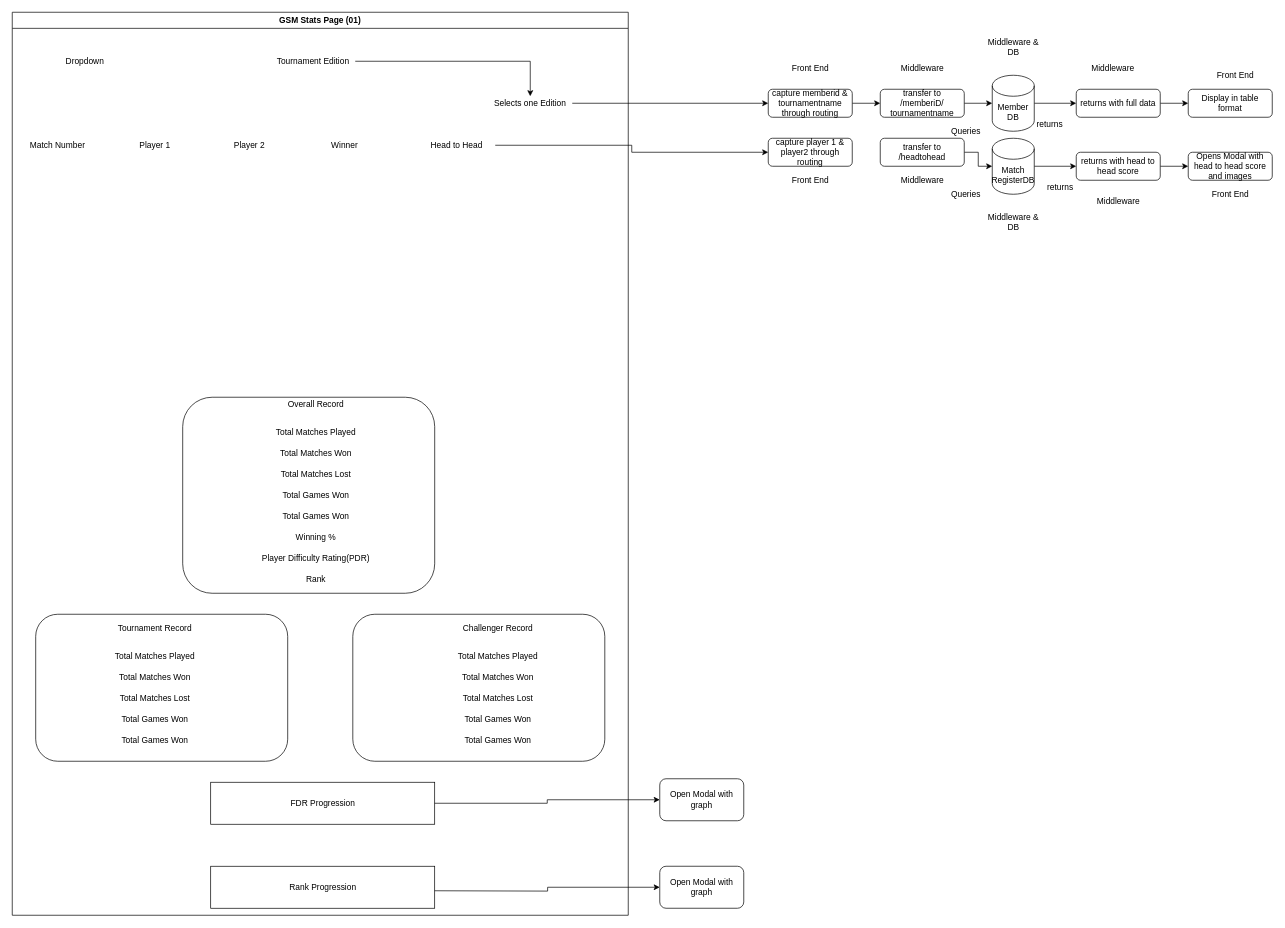
Before: page "Page-3" (3 of 3) of Untitled Diagram.drawio in snair0410/cv, a draw.io diagram. Source tidied: cells renumbered, new cells numbered last; positions are measured from the earlier drawing's top-left corner, leaving out a move shared by most shapes. Both pictures are drawn from the tidied source at 70%, with x=0, y=0 at pixel (12, 12).
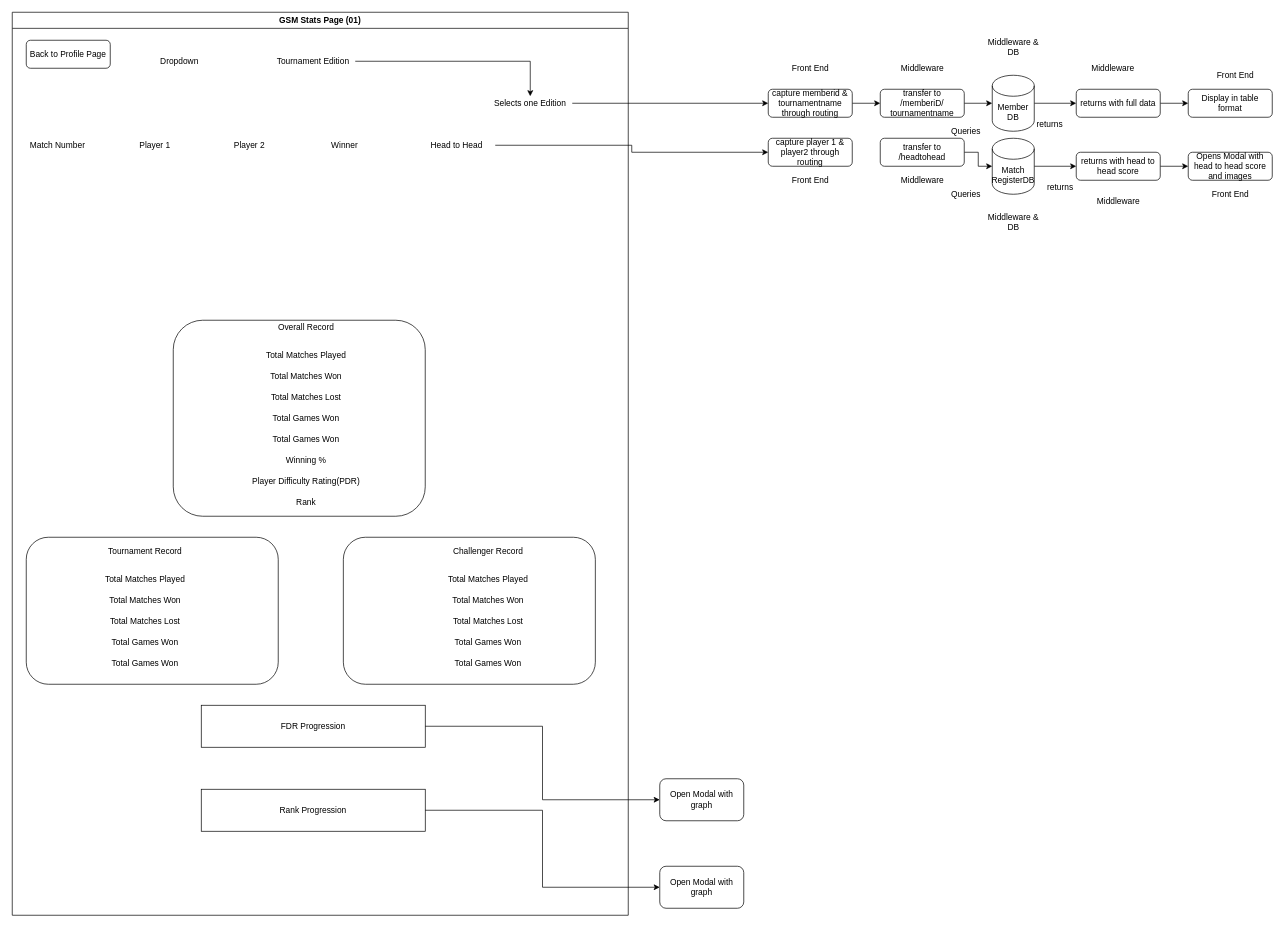
After the change.

The change refers to these unchanged cells:
```xml
<mxCell id="2" value="GSM Stats Page (01)" style="swimlane;" parent="1" vertex="1">
  <mxGeometry width="880" height="1290" as="geometry" />
</mxCell>
<mxCell id="40" value="Open Modal with graph" style="rounded=1;whiteSpace=wrap;html=1;" parent="1" vertex="1">
  <mxGeometry x="925" y="1220" width="120" height="60" as="geometry" />
</mxCell>
```

What changed in the source:
```diff
@@
     <mxCell id="3" style="rounded=1;whiteSpace=wrap;html=1;" parent="2" vertex="1">
-      <mxGeometry x="243.5" y="550" width="360" height="280" as="geometry" />
+      <mxGeometry x="230" y="440" width="360" height="280" as="geometry" />
     </mxCell>
     <mxCell id="4" value="Total Matches Played" style="text;html=1;strokeColor=none;fillColor=none;align=center;verticalAlign=middle;whiteSpace=wrap;rounded=0;" parent="2" vertex="1">
-      <mxGeometry x="353.5" y="590" width="160" height="20" as="geometry" />
+      <mxGeometry x="340" y="480" width="160" height="20" as="geometry" />
     </mxCell>
     <mxCell id="5" value="Total Matches Won" style="text;html=1;strokeColor=none;fillColor=none;align=center;verticalAlign=middle;whiteSpace=wrap;rounded=0;" parent="2" vertex="1">
-      <mxGeometry x="353.5" y="620" width="160" height="20" as="geometry" />
+      <mxGeometry x="340" y="510" width="160" height="20" as="geometry" />
     </mxCell>
     <mxCell id="6" value="Total Matches Lost" style="text;html=1;strokeColor=none;fillColor=none;align=center;verticalAlign=middle;whiteSpace=wrap;rounded=0;" parent="2" vertex="1">
-      <mxGeometry x="353.5" y="650" width="160" height="20" as="geometry" />
+      <mxGeometry x="340" y="540" width="160" height="20" as="geometry" />
     </mxCell>
     <mxCell id="7" value="Total Games Won" style="text;html=1;strokeColor=none;fillColor=none;align=center;verticalAlign=middle;whiteSpace=wrap;rounded=0;" parent="2" vertex="1">
-      <mxGeometry x="353.5" y="680" width="160" height="20" as="geometry" />
+      <mxGeometry x="340" y="570" width="160" height="20" as="geometry" />
     </mxCell>
     <mxCell id="8" value="Total Games Won" style="text;html=1;strokeColor=none;fillColor=none;align=center;verticalAlign=middle;whiteSpace=wrap;rounded=0;" parent="2" vertex="1">
-      <mxGeometry x="353.5" y="710" width="160" height="20" as="geometry" />
+      <mxGeometry x="340" y="600" width="160" height="20" as="geometry" />
     </mxCell>
     <mxCell id="9" value="Winning %" style="text;html=1;strokeColor=none;fillColor=none;align=center;verticalAlign=middle;whiteSpace=wrap;rounded=0;" parent="2" vertex="1">
-      <mxGeometry x="353.5" y="740" width="160" height="20" as="geometry" />
+      <mxGeometry x="340" y="630" width="160" height="20" as="geometry" />
     </mxCell>
     <mxCell id="10" value="Player Difficulty Rating(PDR)" style="text;html=1;strokeColor=none;fillColor=none;align=center;verticalAlign=middle;whiteSpace=wrap;rounded=0;" parent="2" vertex="1">
-      <mxGeometry x="353.5" y="770" width="160" height="20" as="geometry" />
+      <mxGeometry x="340" y="660" width="160" height="20" as="geometry" />
     </mxCell>
     <mxCell id="11" value="Rank" style="text;html=1;strokeColor=none;fillColor=none;align=center;verticalAlign=middle;whiteSpace=wrap;rounded=0;" parent="2" vertex="1">
-      <mxGeometry x="353.5" y="800" width="160" height="20" as="geometry" />
+      <mxGeometry x="340" y="690" width="160" height="20" as="geometry" />
     </mxCell>
     <mxCell id="12" value="Overall Record" style="text;html=1;strokeColor=none;fillColor=none;align=center;verticalAlign=middle;whiteSpace=wrap;rounded=0;" parent="2" vertex="1">
-      <mxGeometry x="353.5" y="550" width="160" height="20" as="geometry" />
+      <mxGeometry x="340" y="440" width="160" height="20" as="geometry" />
     </mxCell>
     <mxCell id="13" style="rounded=1;whiteSpace=wrap;html=1;" parent="2" vertex="1">
-      <mxGeometry x="33.5" y="860" width="360" height="210" as="geometry" />
+      <mxGeometry x="20" y="750" width="360" height="210" as="geometry" />
     </mxCell>
     <mxCell id="14" value="Tournament Record" style="text;html=1;strokeColor=none;fillColor=none;align=center;verticalAlign=middle;whiteSpace=wrap;rounded=0;" parent="2" vertex="1">
-      <mxGeometry x="123.5" y="870" width="160" height="20" as="geometry" />
+      <mxGeometry x="110" y="760" width="160" height="20" as="geometry" />
     </mxCell>
     <mxCell id="15" value="Total Matches Played" style="text;html=1;strokeColor=none;fillColor=none;align=center;verticalAlign=middle;whiteSpace=wrap;rounded=0;" parent="2" vertex="1">
-      <mxGeometry x="123.5" y="910" width="160" height="20" as="geometry" />
+      <mxGeometry x="110" y="800" width="160" height="20" as="geometry" />
     </mxCell>
     <mxCell id="16" value="Total Matches Won" style="text;html=1;strokeColor=none;fillColor=none;align=center;verticalAlign=middle;whiteSpace=wrap;rounded=0;" parent="2" vertex="1">
-      <mxGeometry x="123.5" y="940" width="160" height="20" as="geometry" />
+      <mxGeometry x="110" y="830" width="160" height="20" as="geometry" />
     </mxCell>
     <mxCell id="17" value="Total Matches Lost" style="text;html=1;strokeColor=none;fillColor=none;align=center;verticalAlign=middle;whiteSpace=wrap;rounded=0;" parent="2" vertex="1">
-      <mxGeometry x="123.5" y="970" width="160" height="20" as="geometry" />
+      <mxGeometry x="110" y="860" width="160" height="20" as="geometry" />
     </mxCell>
     <mxCell id="18" value="Total Games Won" style="text;html=1;strokeColor=none;fillColor=none;align=center;verticalAlign=middle;whiteSpace=wrap;rounded=0;" parent="2" vertex="1">
-      <mxGeometry x="123.5" y="1000" width="160" height="20" as="geometry" />
+      <mxGeometry x="110" y="890" width="160" height="20" as="geometry" />
     </mxCell>
     <mxCell id="19" value="Total Games Won" style="text;html=1;strokeColor=none;fillColor=none;align=center;verticalAlign=middle;whiteSpace=wrap;rounded=0;" parent="2" vertex="1">
-      <mxGeometry x="123.5" y="1030" width="160" height="20" as="geometry" />
+      <mxGeometry x="110" y="920" width="160" height="20" as="geometry" />
     </mxCell>
     <mxCell id="20" style="rounded=1;whiteSpace=wrap;html=1;" parent="2" vertex="1">
-      <mxGeometry x="486.5" y="860" width="360" height="210" as="geometry" />
+      <mxGeometry x="473" y="750" width="360" height="210" as="geometry" />
     </mxCell>
     <mxCell id="21" value="Challenger Record" style="text;html=1;strokeColor=none;fillColor=none;align=center;verticalAlign=middle;whiteSpace=wrap;rounded=0;" parent="2" vertex="1">
-      <mxGeometry x="613.5" y="870" width="160" height="20" as="geometry" />
+      <mxGeometry x="600" y="760" width="160" height="20" as="geometry" />
     </mxCell>
     <mxCell id="22" value="Total Matches Played" style="text;html=1;strokeColor=none;fillColor=none;align=center;verticalAlign=middle;whiteSpace=wrap;rounded=0;" parent="2" vertex="1">
-      <mxGeometry x="613.5" y="910" width="160" height="20" as="geometry" />
+      <mxGeometry x="600" y="800" width="160" height="20" as="geometry" />
     </mxCell>
     <mxCell id="23" value="Total Matches Won" style="text;html=1;strokeColor=none;fillColor=none;align=center;verticalAlign=middle;whiteSpace=wrap;rounded=0;" parent="2" vertex="1">
-      <mxGeometry x="613.5" y="940" width="160" height="20" as="geometry" />
+      <mxGeometry x="600" y="830" width="160" height="20" as="geometry" />
     </mxCell>
     <mxCell id="24" value="Total Matches Lost" style="text;html=1;strokeColor=none;fillColor=none;align=center;verticalAlign=middle;whiteSpace=wrap;rounded=0;" parent="2" vertex="1">
-      <mxGeometry x="613.5" y="970" width="160" height="20" as="geometry" />
+      <mxGeometry x="600" y="860" width="160" height="20" as="geometry" />
     </mxCell>
     <mxCell id="25" value="Total Games Won" style="text;html=1;strokeColor=none;fillColor=none;align=center;verticalAlign=middle;whiteSpace=wrap;rounded=0;" parent="2" vertex="1">
-      <mxGeometry x="613.5" y="1000" width="160" height="20" as="geometry" />
+      <mxGeometry x="600" y="890" width="160" height="20" as="geometry" />
     </mxCell>
     <mxCell id="26" value="Total Games Won" style="text;html=1;strokeColor=none;fillColor=none;align=center;verticalAlign=middle;whiteSpace=wrap;rounded=0;" parent="2" vertex="1">
-      <mxGeometry x="613.5" y="1030" width="160" height="20" as="geometry" />
+      <mxGeometry x="600" y="920" width="160" height="20" as="geometry" />
     </mxCell>
     <mxCell id="27" value="FDR Progression" style="rounded=0;whiteSpace=wrap;html=1;" parent="2" vertex="1">
-      <mxGeometry x="283.5" y="1100" width="320" height="60" as="geometry" />
+      <mxGeometry x="270" y="990" width="320" height="60" as="geometry" />
     </mxCell>
     <mxCell id="28" value="Rank Progression" style="rounded=0;whiteSpace=wrap;html=1;" parent="2" vertex="1">
-      <mxGeometry x="283.5" y="1220" width="320" height="60" as="geometry" />
+      <mxGeometry x="270" y="1110" width="320" height="60" as="geometry" />
     </mxCell>
     <mxCell id="29" value="Dropdown" style="text;html=1;strokeColor=none;fillColor=none;align=center;verticalAlign=middle;whiteSpace=wrap;rounded=0;" parent="2" vertex="1">
-      <mxGeometry x="83.5" y="60" width="40" height="20" as="geometry" />
+      <mxGeometry x="218.5" y="60" width="40" height="20" as="geometry" />
     </mxCell>
@@
+    <mxCell id="75" value="Back to Profile Page" style="rounded=1;whiteSpace=wrap;html=1;" parent="2" vertex="1">
+      <mxGeometry x="20" y="40" width="120" height="40" as="geometry" />
+    </mxCell>
@@
-    <mxCell id="41" style="edgeStyle=orthogonalEdgeStyle;rounded=0;jettySize=auto;html=1;entryX=0;entryY=0.5;entryDx=0;entryDy=0;" parent="1" edge="1" target="40">
-      <mxGeometry relative="1" as="geometry">
-        <mxPoint x="603.5" y="1255" as="sourcePoint" />
-      </mxGeometry>
+    <mxCell id="41" style="edgeStyle=orthogonalEdgeStyle;rounded=0;jettySize=auto;html=1;entryX=0;entryY=0.5;entryDx=0;entryDy=0;exitX=1;exitY=0.5;exitDx=0;exitDy=0;" parent="1" edge="1" source="28" target="40">
+      <mxGeometry relative="1" as="geometry" />
     </mxCell>
```
